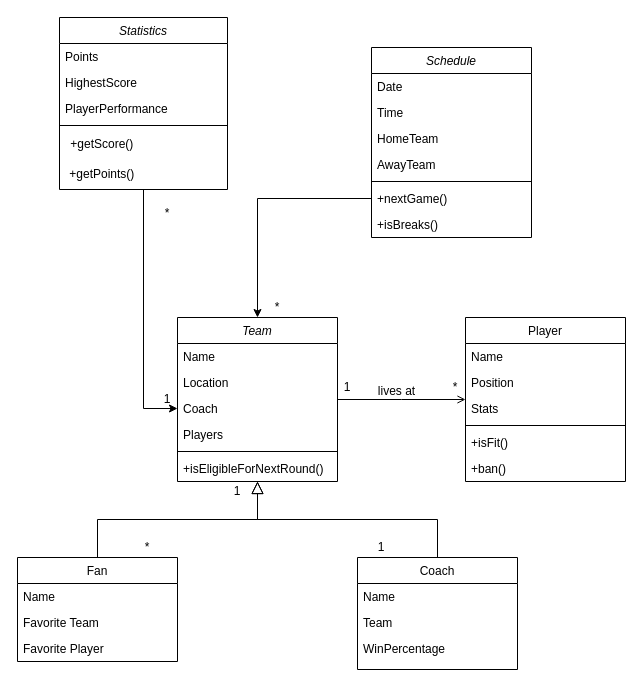
Before: Untitled Diagram.drawio in Aarize29/SE-Diagrams, a draw.io diagram. Source tidied: cells renumbered, new cells numbered last; positions are measured from the earlier drawing's top-left corner, leaving out a move shared by most shapes. Both pictures are drawn from the tidied source at 100%, with x=0, y=0 at pixel (17, 17).
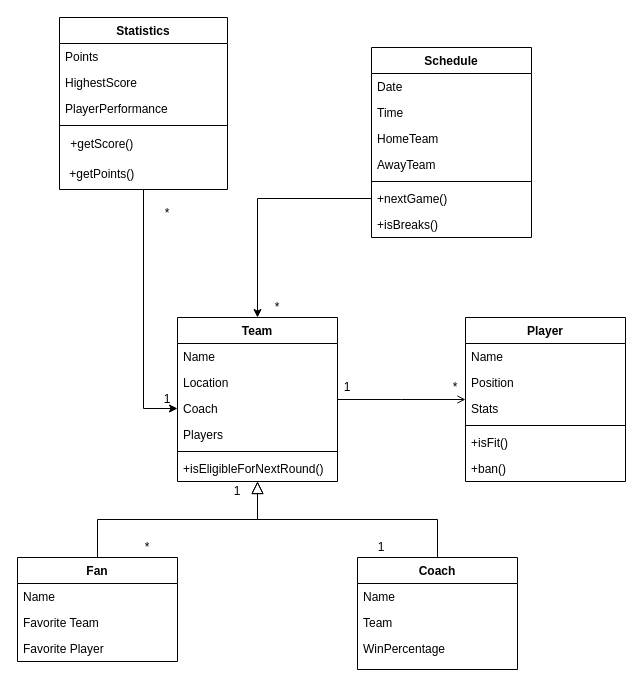
Above is the later version.

The change refers to these unchanged cells:
```xml
<mxCell id="26" style="endArrow=open;shadow=0;strokeWidth=1;rounded=0;endFill=1;edgeStyle=elbowEdgeStyle;elbow=vertical;" parent="1" edge="1" source="2" target="19">
  <mxGeometry x="0.5" y="41" relative="1" as="geometry">
    <mxPoint x="-40" y="32" as="offset" />
  </mxGeometry>
</mxCell>
```

What changed in the source:
```diff
@@
-    <mxCell id="2" value="Team" style="swimlane;fontStyle=2;align=center;verticalAlign=top;horizontal=1;startSize=26;rounded=0;shadow=0;strokeWidth=1;" parent="1" vertex="1">
+    <mxCell id="2" value="Team" style="swimlane;fontStyle=1;align=center;verticalAlign=top;horizontal=1;startSize=26;rounded=0;shadow=0;strokeWidth=1;" parent="1" vertex="1">
       <mxGeometry x="160" y="300" width="160" height="164" as="geometry" />
     </mxCell>
@@
-    <mxCell id="9" value="Fan" style="swimlane;fontStyle=0;align=center;verticalAlign=top;horizontal=1;startSize=26;rounded=0;shadow=0;strokeWidth=1;" parent="1" vertex="1">
+    <mxCell id="9" value="Fan" style="swimlane;fontStyle=1;align=center;verticalAlign=top;horizontal=1;startSize=26;rounded=0;shadow=0;strokeWidth=1;" parent="1" vertex="1">
       <mxGeometry y="540" width="160" height="104" as="geometry" />
     </mxCell>
@@
-    <mxCell id="14" value="Coach" style="swimlane;fontStyle=0;align=center;verticalAlign=top;horizontal=1;startSize=26;rounded=0;shadow=0;strokeWidth=1;" parent="1" vertex="1">
+    <mxCell id="14" value="Coach" style="swimlane;fontStyle=1;align=center;verticalAlign=top;horizontal=1;startSize=26;rounded=0;shadow=0;strokeWidth=1;" parent="1" vertex="1">
       <mxGeometry x="340" y="540" width="160" height="112" as="geometry" />
     </mxCell>
@@
-    <mxCell id="19" value="Player" style="swimlane;fontStyle=0;align=center;verticalAlign=top;horizontal=1;startSize=26;rounded=0;shadow=0;strokeWidth=1;" parent="1" vertex="1">
+    <mxCell id="19" value="Player" style="swimlane;fontStyle=1;align=center;verticalAlign=top;horizontal=1;startSize=26;rounded=0;shadow=0;strokeWidth=1;" parent="1" vertex="1">
       <mxGeometry x="448" y="300" width="160" height="164" as="geometry" />
     </mxCell>
@@
-    <mxCell id="27" value="lives at" style="text;html=1;align=center;verticalAlign=middle;labelBackgroundColor=none;rounded=0;shadow=0;strokeWidth=1;fontSize=12;" parent="26" vertex="1">
-      <mxGeometry x="0.5" y="49" relative="1" as="geometry">
-        <mxPoint x="-38" y="40" as="offset" />
-      </mxGeometry>
-    </mxCell>
-    <mxCell id="28" value="Schedule" style="swimlane;fontStyle=2;align=center;verticalAlign=top;horizontal=1;startSize=26;rounded=0;shadow=0;strokeWidth=1;" parent="1" vertex="1">
+    <mxCell id="28" value="Schedule" style="swimlane;fontStyle=1;align=center;verticalAlign=top;horizontal=1;startSize=26;rounded=0;shadow=0;strokeWidth=1;" parent="1" vertex="1">
       <mxGeometry x="354" y="30" width="160" height="190" as="geometry" />
     </mxCell>
@@
-    <mxCell id="37" value="Statistics" style="swimlane;fontStyle=2;align=center;verticalAlign=top;horizontal=1;startSize=26;rounded=0;shadow=0;strokeWidth=1;" parent="1" vertex="1">
+    <mxCell id="37" value="Statistics" style="swimlane;fontStyle=1;align=center;verticalAlign=top;horizontal=1;startSize=26;rounded=0;shadow=0;strokeWidth=1;" parent="1" vertex="1">
       <mxGeometry x="42" width="168" height="172" as="geometry" />
     </mxCell>
```
